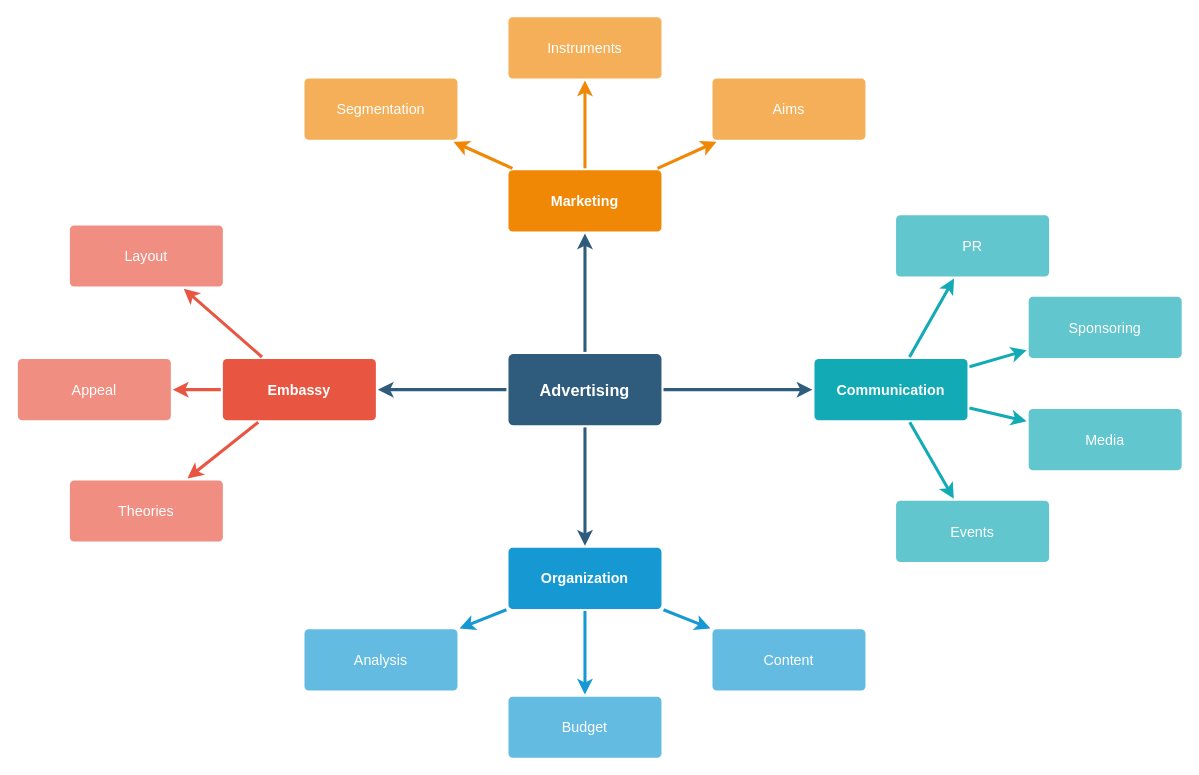
This is Untitled Diagram.drawio from Matyplop/Matyplop.github.io, a draw.io file, before an edit. Source tidied: cells renumbered, new cells numbered last; positions are measured from the earlier drawing's top-left corner, leaving out a move shared by most shapes. Both pictures are drawn from the tidied source at 102%, with x=0, y=0 at pixel (17, 16).
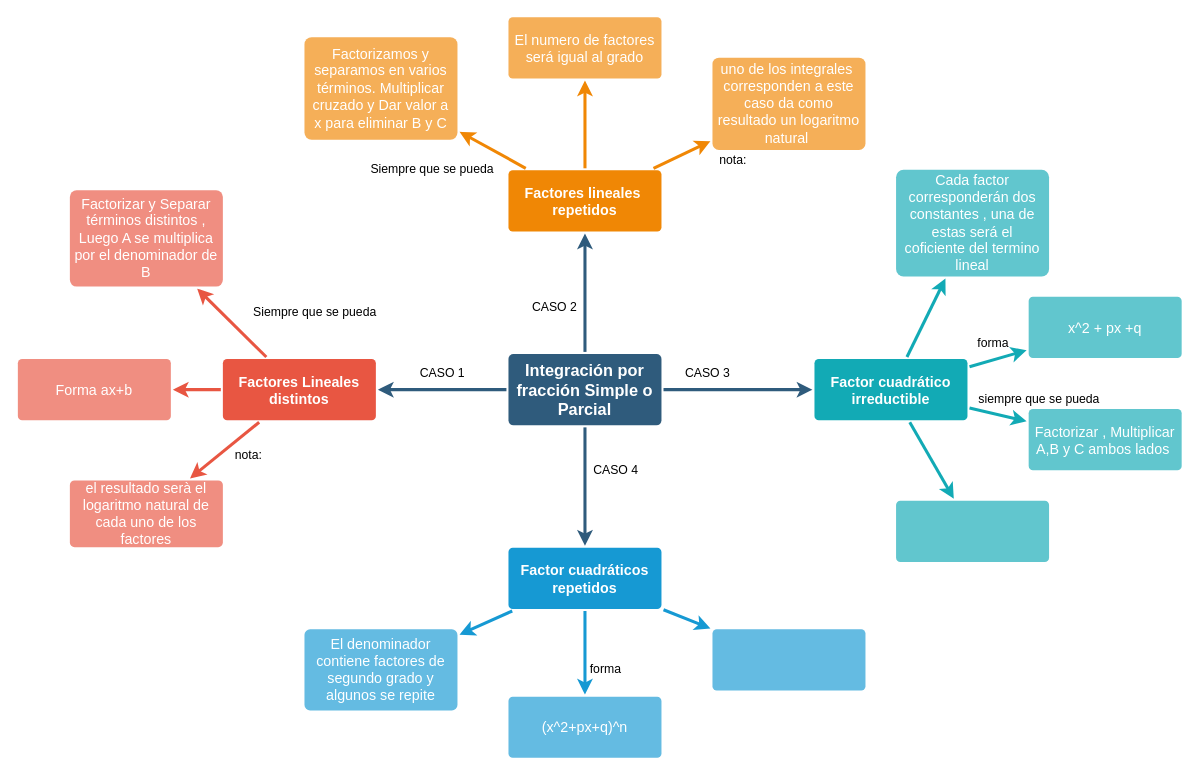
The same diagram, later.

Diff of the diagram source:
```diff
@@
-    <mxCell id="6" value="Advertising" style="rounded=1;whiteSpace=wrap;html=1;shadow=0;labelBackgroundColor=none;strokeColor=none;strokeWidth=3;fillColor=#2F5B7C;fontFamily=Helvetica;fontSize=16;fontColor=#FFFFFF;align=center;fontStyle=1;spacing=5;arcSize=7;perimeterSpacing=2;" parent="1" vertex="1">
+    <mxCell id="6" value="Integración por fracción Simple o Parcial" style="rounded=1;whiteSpace=wrap;html=1;shadow=0;labelBackgroundColor=none;strokeColor=none;strokeWidth=3;fillColor=#2F5B7C;fontFamily=Helvetica;fontSize=16;fontColor=#FFFFFF;align=center;fontStyle=1;spacing=5;arcSize=7;perimeterSpacing=2;" parent="1" vertex="1">
       <mxGeometry x="481" y="330.5" width="150" height="70" as="geometry" />
     </mxCell>
@@
-    <mxCell id="10" value="Embassy" style="rounded=1;whiteSpace=wrap;html=1;shadow=0;labelBackgroundColor=none;strokeColor=none;strokeWidth=3;fillColor=#e85642;fontFamily=Helvetica;fontSize=14;fontColor=#FFFFFF;align=center;spacing=5;fontStyle=1;arcSize=7;perimeterSpacing=2;" parent="1" vertex="1">
+    <mxCell id="10" value="Factores Lineales distintos" style="rounded=1;whiteSpace=wrap;html=1;shadow=0;labelBackgroundColor=none;strokeColor=none;strokeWidth=3;fillColor=#e85642;fontFamily=Helvetica;fontSize=14;fontColor=#FFFFFF;align=center;spacing=5;fontStyle=1;arcSize=7;perimeterSpacing=2;" parent="1" vertex="1">
       <mxGeometry x="201" y="335.5" width="150" height="60" as="geometry" />
     </mxCell>
-    <mxCell id="11" value="Theories" style="rounded=1;whiteSpace=wrap;html=1;shadow=0;labelBackgroundColor=none;strokeColor=none;strokeWidth=3;fillColor=#f08e81;fontFamily=Helvetica;fontSize=14;fontColor=#FFFFFF;align=center;spacing=5;fontStyle=0;arcSize=7;perimeterSpacing=2;" parent="1" vertex="1">
-      <mxGeometry x="51" y="454.5" width="150" height="60" as="geometry" />
+    <mxCell id="11" value="el resultado serà el logaritmo natural de cada uno de los factores" style="rounded=1;whiteSpace=wrap;html=1;shadow=0;labelBackgroundColor=none;strokeColor=none;strokeWidth=3;fillColor=#f08e81;fontFamily=Helvetica;fontSize=14;fontColor=#FFFFFF;align=center;spacing=5;fontStyle=0;arcSize=7;perimeterSpacing=2;" parent="1" vertex="1">
+      <mxGeometry x="51" y="454.5" width="150" height="65.5" as="geometry" />
     </mxCell>
-    <mxCell id="12" value="Appeal" style="rounded=1;whiteSpace=wrap;html=1;shadow=0;labelBackgroundColor=none;strokeColor=none;strokeWidth=3;fillColor=#f08e81;fontFamily=Helvetica;fontSize=14;fontColor=#FFFFFF;align=center;spacing=5;fontStyle=0;arcSize=7;perimeterSpacing=2;" parent="1" vertex="1">
+    <mxCell id="12" value="&lt;div style=&quot;text-align: justify&quot;&gt;Forma ax+b&lt;/div&gt;" style="rounded=1;whiteSpace=wrap;html=1;shadow=0;labelBackgroundColor=none;strokeColor=none;strokeWidth=3;fillColor=#f08e81;fontFamily=Helvetica;fontSize=14;fontColor=#FFFFFF;align=center;spacing=5;fontStyle=0;arcSize=7;perimeterSpacing=2;" parent="1" vertex="1">
       <mxGeometry y="335.5" width="150" height="60" as="geometry" />
     </mxCell>
-    <mxCell id="13" value="Layout" style="rounded=1;whiteSpace=wrap;html=1;shadow=0;labelBackgroundColor=none;strokeColor=none;strokeWidth=3;fillColor=#f08e81;fontFamily=Helvetica;fontSize=14;fontColor=#FFFFFF;align=center;spacing=5;fontStyle=0;arcSize=7;perimeterSpacing=2;" parent="1" vertex="1">
-      <mxGeometry x="51" y="204.5" width="150" height="60" as="geometry" />
+    <mxCell id="13" value="Factorizar y Separar términos distintos , Luego A se multiplica por el denominador de B" style="rounded=1;whiteSpace=wrap;html=1;shadow=0;labelBackgroundColor=none;strokeColor=none;strokeWidth=3;fillColor=#f08e81;fontFamily=Helvetica;fontSize=14;fontColor=#FFFFFF;align=center;spacing=5;fontStyle=0;arcSize=7;perimeterSpacing=2;" parent="1" vertex="1">
+      <mxGeometry x="51" y="170" width="150" height="94.5" as="geometry" />
     </mxCell>
@@
-    <mxCell id="17" value="Organization" style="rounded=1;whiteSpace=wrap;html=1;shadow=0;labelBackgroundColor=none;strokeColor=none;strokeWidth=3;fillColor=#1699d3;fontFamily=Helvetica;fontSize=14;fontColor=#FFFFFF;align=center;spacing=5;fontStyle=1;arcSize=7;perimeterSpacing=2;" parent="1" vertex="1">
+    <mxCell id="17" value="Factor cuadráticos&lt;br&gt;repetidos" style="rounded=1;whiteSpace=wrap;html=1;shadow=0;labelBackgroundColor=none;strokeColor=none;strokeWidth=3;fillColor=#1699d3;fontFamily=Helvetica;fontSize=14;fontColor=#FFFFFF;align=center;spacing=5;fontStyle=1;arcSize=7;perimeterSpacing=2;" parent="1" vertex="1">
       <mxGeometry x="481" y="520.5" width="150" height="60" as="geometry" />
     </mxCell>
-    <mxCell id="18" value="Content" style="rounded=1;whiteSpace=wrap;html=1;shadow=0;labelBackgroundColor=none;strokeColor=none;strokeWidth=3;fillColor=#64bbe2;fontFamily=Helvetica;fontSize=14;fontColor=#FFFFFF;align=center;spacing=5;arcSize=7;perimeterSpacing=2;" parent="1" vertex="1">
+    <mxCell id="18" style="rounded=1;whiteSpace=wrap;html=1;shadow=0;labelBackgroundColor=none;strokeColor=none;strokeWidth=3;fillColor=#64bbe2;fontFamily=Helvetica;fontSize=14;fontColor=#FFFFFF;align=center;spacing=5;arcSize=7;perimeterSpacing=2;" parent="1" vertex="1">
       <mxGeometry x="681" y="600.5" width="150" height="60" as="geometry" />
     </mxCell>
-    <mxCell id="19" value="Budget" style="rounded=1;whiteSpace=wrap;html=1;shadow=0;labelBackgroundColor=none;strokeColor=none;strokeWidth=3;fillColor=#64bbe2;fontFamily=Helvetica;fontSize=14;fontColor=#FFFFFF;align=center;spacing=5;arcSize=7;perimeterSpacing=2;" parent="1" vertex="1">
+    <mxCell id="19" value="(x^2+px+q)^n" style="rounded=1;whiteSpace=wrap;html=1;shadow=0;labelBackgroundColor=none;strokeColor=none;strokeWidth=3;fillColor=#64bbe2;fontFamily=Helvetica;fontSize=14;fontColor=#FFFFFF;align=center;spacing=5;arcSize=7;perimeterSpacing=2;" parent="1" vertex="1">
       <mxGeometry x="481" y="666.5" width="150" height="60" as="geometry" />
     </mxCell>
-    <mxCell id="20" value="Analysis" style="rounded=1;whiteSpace=wrap;html=1;shadow=0;labelBackgroundColor=none;strokeColor=none;strokeWidth=3;fillColor=#64bbe2;fontFamily=Helvetica;fontSize=14;fontColor=#FFFFFF;align=center;spacing=5;arcSize=7;perimeterSpacing=2;" parent="1" vertex="1">
-      <mxGeometry x="281" y="600.5" width="150" height="60" as="geometry" />
+    <mxCell id="20" value="El denominador contiene factores de segundo grado y algunos se repite" style="rounded=1;whiteSpace=wrap;html=1;shadow=0;labelBackgroundColor=none;strokeColor=none;strokeWidth=3;fillColor=#64bbe2;fontFamily=Helvetica;fontSize=14;fontColor=#FFFFFF;align=center;spacing=5;arcSize=7;perimeterSpacing=2;" parent="1" vertex="1">
+      <mxGeometry x="281" y="600.5" width="150" height="79.5" as="geometry" />
     </mxCell>
-    <mxCell id="21" value="Marketing" style="rounded=1;whiteSpace=wrap;html=1;shadow=0;labelBackgroundColor=none;strokeColor=none;strokeWidth=3;fillColor=#F08705;fontFamily=Helvetica;fontSize=14;fontColor=#FFFFFF;align=center;spacing=5;fontStyle=1;arcSize=7;perimeterSpacing=2;" parent="1" vertex="1">
+    <mxCell id="21" value="Factores lineales&amp;nbsp;&lt;br&gt;repetidos" style="rounded=1;whiteSpace=wrap;html=1;shadow=0;labelBackgroundColor=none;strokeColor=none;strokeWidth=3;fillColor=#F08705;fontFamily=Helvetica;fontSize=14;fontColor=#FFFFFF;align=center;spacing=5;fontStyle=1;arcSize=7;perimeterSpacing=2;" parent="1" vertex="1">
       <mxGeometry x="481" y="150.5" width="150" height="60" as="geometry" />
     </mxCell>
-    <mxCell id="22" value="Aims&lt;br&gt;" style="rounded=1;whiteSpace=wrap;html=1;shadow=0;labelBackgroundColor=none;strokeColor=none;strokeWidth=3;fillColor=#f5af58;fontFamily=Helvetica;fontSize=14;fontColor=#FFFFFF;align=center;spacing=5;arcSize=7;perimeterSpacing=2;" parent="1" vertex="1">
-      <mxGeometry x="681" y="60.5" width="150" height="60" as="geometry" />
+    <mxCell id="22" value="uno de los integrales&amp;nbsp;&lt;br&gt;corresponden a este caso da como resultado un logaritmo natural&amp;nbsp;" style="rounded=1;whiteSpace=wrap;html=1;shadow=0;labelBackgroundColor=none;strokeColor=none;strokeWidth=3;fillColor=#f5af58;fontFamily=Helvetica;fontSize=14;fontColor=#FFFFFF;align=center;spacing=5;arcSize=7;perimeterSpacing=2;" parent="1" vertex="1">
+      <mxGeometry x="681" y="40" width="150" height="90.5" as="geometry" />
     </mxCell>
@@
-    <mxCell id="24" value="Instruments" style="rounded=1;whiteSpace=wrap;html=1;shadow=0;labelBackgroundColor=none;strokeColor=none;strokeWidth=3;fillColor=#f5af58;fontFamily=Helvetica;fontSize=14;fontColor=#FFFFFF;align=center;spacing=5;arcSize=7;perimeterSpacing=2;" parent="1" vertex="1">
+    <mxCell id="24" value="El numero de factores será igual al grado" style="rounded=1;whiteSpace=wrap;html=1;shadow=0;labelBackgroundColor=none;strokeColor=none;strokeWidth=3;fillColor=#f5af58;fontFamily=Helvetica;fontSize=14;fontColor=#FFFFFF;align=center;spacing=5;arcSize=7;perimeterSpacing=2;" parent="1" vertex="1">
       <mxGeometry x="481" y="0.5" width="150" height="60" as="geometry" />
     </mxCell>
@@
-    <mxCell id="26" value="Segmentation" style="rounded=1;whiteSpace=wrap;html=1;shadow=0;labelBackgroundColor=none;strokeColor=none;strokeWidth=3;fillColor=#f5af58;fontFamily=Helvetica;fontSize=14;fontColor=#FFFFFF;align=center;spacing=5;arcSize=7;perimeterSpacing=2;" parent="1" vertex="1">
-      <mxGeometry x="281" y="60.5" width="150" height="60" as="geometry" />
+    <mxCell id="26" value="Factorizamos y separamos en varios términos. Multiplicar cruzado y Dar valor a x para eliminar B y C" style="rounded=1;whiteSpace=wrap;html=1;shadow=0;labelBackgroundColor=none;strokeColor=none;strokeWidth=3;fillColor=#f5af58;fontFamily=Helvetica;fontSize=14;fontColor=#FFFFFF;align=center;spacing=5;arcSize=7;perimeterSpacing=2;" parent="1" vertex="1">
+      <mxGeometry x="281" y="20" width="150" height="100.5" as="geometry" />
     </mxCell>
@@
-    <mxCell id="28" value="Communication" style="rounded=1;whiteSpace=wrap;html=1;shadow=0;labelBackgroundColor=none;strokeColor=none;strokeWidth=3;fillColor=#12aab5;fontFamily=Helvetica;fontSize=14;fontColor=#FFFFFF;align=center;spacing=5;fontStyle=1;arcSize=7;perimeterSpacing=2;" parent="1" vertex="1">
+    <mxCell id="28" value="Factor cuadrático&lt;br&gt;irreductible" style="rounded=1;whiteSpace=wrap;html=1;shadow=0;labelBackgroundColor=none;strokeColor=none;strokeWidth=3;fillColor=#12aab5;fontFamily=Helvetica;fontSize=14;fontColor=#FFFFFF;align=center;spacing=5;fontStyle=1;arcSize=7;perimeterSpacing=2;" parent="1" vertex="1">
       <mxGeometry x="781" y="335.5" width="150" height="60" as="geometry" />
     </mxCell>
-    <mxCell id="29" value="Events" style="rounded=1;whiteSpace=wrap;html=1;shadow=0;labelBackgroundColor=none;strokeColor=none;strokeWidth=3;fillColor=#61c6ce;fontFamily=Helvetica;fontSize=14;fontColor=#FFFFFF;align=center;spacing=5;fontStyle=0;arcSize=7;perimeterSpacing=2;" parent="1" vertex="1">
+    <mxCell id="29" style="rounded=1;whiteSpace=wrap;html=1;shadow=0;labelBackgroundColor=none;strokeColor=none;strokeWidth=3;fillColor=#61c6ce;fontFamily=Helvetica;fontSize=14;fontColor=#FFFFFF;align=center;spacing=5;fontStyle=0;arcSize=7;perimeterSpacing=2;" parent="1" vertex="1">
       <mxGeometry x="861" y="474.5" width="150" height="60" as="geometry" />
     </mxCell>
@@
-    <mxCell id="31" value="Media" style="rounded=1;whiteSpace=wrap;html=1;shadow=0;labelBackgroundColor=none;strokeColor=none;strokeWidth=3;fillColor=#61c6ce;fontFamily=Helvetica;fontSize=14;fontColor=#FFFFFF;align=center;spacing=5;fontStyle=0;arcSize=7;perimeterSpacing=2;" parent="1" vertex="1">
+    <mxCell id="31" value="Factorizar , Multiplicar A,B y C ambos lados&amp;nbsp;" style="rounded=1;whiteSpace=wrap;html=1;shadow=0;labelBackgroundColor=none;strokeColor=none;strokeWidth=3;fillColor=#61c6ce;fontFamily=Helvetica;fontSize=14;fontColor=#FFFFFF;align=center;spacing=5;fontStyle=0;arcSize=7;perimeterSpacing=2;" parent="1" vertex="1">
       <mxGeometry x="991" y="384.5" width="150" height="60" as="geometry" />
     </mxCell>
@@
-    <mxCell id="33" value="Sponsoring" style="rounded=1;whiteSpace=wrap;html=1;shadow=0;labelBackgroundColor=none;strokeColor=none;strokeWidth=3;fillColor=#61c6ce;fontFamily=Helvetica;fontSize=14;fontColor=#FFFFFF;align=center;spacing=5;fontStyle=0;arcSize=7;perimeterSpacing=2;" parent="1" vertex="1">
+    <mxCell id="33" value="&lt;span&gt;x^2 + px +q&lt;/span&gt;" style="rounded=1;whiteSpace=wrap;html=1;shadow=0;labelBackgroundColor=none;strokeColor=none;strokeWidth=3;fillColor=#61c6ce;fontFamily=Helvetica;fontSize=14;fontColor=#FFFFFF;align=center;spacing=5;fontStyle=0;arcSize=7;perimeterSpacing=2;" parent="1" vertex="1">
       <mxGeometry x="991" y="274.5" width="150" height="60" as="geometry" />
     </mxCell>
@@
-    <mxCell id="35" value="PR" style="rounded=1;whiteSpace=wrap;html=1;shadow=0;labelBackgroundColor=none;strokeColor=none;strokeWidth=3;fillColor=#61c6ce;fontFamily=Helvetica;fontSize=14;fontColor=#FFFFFF;align=center;spacing=5;fontStyle=0;arcSize=7;perimeterSpacing=2;" parent="1" vertex="1">
-      <mxGeometry x="861" y="194.5" width="150" height="60" as="geometry" />
+    <mxCell id="35" value="Cada factor corresponderán dos constantes , una de estas será el coficiente del termino lineal" style="rounded=1;whiteSpace=wrap;html=1;shadow=0;labelBackgroundColor=none;strokeColor=none;strokeWidth=3;fillColor=#61c6ce;fontFamily=Helvetica;fontSize=14;fontColor=#FFFFFF;align=center;spacing=5;fontStyle=0;arcSize=7;perimeterSpacing=2;" parent="1" vertex="1">
+      <mxGeometry x="861" y="150" width="150" height="104.5" as="geometry" />
     </mxCell>
@@
+    <mxCell id="37" value="CASO 1" style="text;html=1;align=center;verticalAlign=middle;strokeColor=none;fillColor=none;" parent="1" vertex="1">
+      <mxGeometry x="386" y="340" width="60" height="20" as="geometry" />
+    </mxCell>
+    <mxCell id="38" value="CASO 2" style="text;html=1;align=center;verticalAlign=middle;strokeColor=none;fillColor=none;" parent="1" vertex="1">
+      <mxGeometry x="496" y="274.5" width="60" height="20" as="geometry" />
+    </mxCell>
+    <mxCell id="39" value="CASO 3&lt;br&gt;" style="text;html=1;align=center;verticalAlign=middle;strokeColor=none;fillColor=none;" parent="1" vertex="1">
+      <mxGeometry x="646" y="340" width="60" height="20" as="geometry" />
+    </mxCell>
+    <mxCell id="40" value="CASO 4&lt;br&gt;" style="text;html=1;align=center;verticalAlign=middle;strokeColor=none;fillColor=none;" parent="1" vertex="1">
+      <mxGeometry x="556" y="434.5" width="60" height="20" as="geometry" />
+    </mxCell>
+    <mxCell id="41" value="Siempre que se pueda" style="text;html=1;align=center;verticalAlign=middle;strokeColor=none;fillColor=none;" parent="1" vertex="1">
+      <mxGeometry x="221" y="280" width="140" height="20" as="geometry" />
+    </mxCell>
+    <mxCell id="42" value="nota:" style="text;html=1;align=center;verticalAlign=middle;strokeColor=none;fillColor=none;" parent="1" vertex="1">
+      <mxGeometry x="206" y="420" width="40" height="20" as="geometry" />
+    </mxCell>
+    <mxCell id="43" value="Siempre que se pueda" style="text;html=1;align=center;verticalAlign=middle;strokeColor=none;fillColor=none;" parent="1" vertex="1">
+      <mxGeometry x="336" y="140" width="140" height="20" as="geometry" />
+    </mxCell>
+    <mxCell id="44" value="nota:" style="text;html=1;align=center;verticalAlign=middle;strokeColor=none;fillColor=none;" parent="1" vertex="1">
+      <mxGeometry x="681" y="130.5" width="40" height="20" as="geometry" />
+    </mxCell>
+    <mxCell id="45" value="siempre que se pueda" style="text;html=1;align=center;verticalAlign=middle;strokeColor=none;fillColor=none;" parent="1" vertex="1">
+      <mxGeometry x="931" y="364.5" width="140" height="20" as="geometry" />
+    </mxCell>
+    <mxCell id="46" value="forma&lt;br&gt;" style="text;html=1;align=center;verticalAlign=middle;strokeColor=none;fillColor=none;" parent="1" vertex="1">
+      <mxGeometry x="931" y="310" width="50" height="20" as="geometry" />
+    </mxCell>
+    <mxCell id="47" value="forma&lt;br&gt;" style="text;html=1;align=center;verticalAlign=middle;strokeColor=none;fillColor=none;" parent="1" vertex="1">
+      <mxGeometry x="551" y="630" width="50" height="20" as="geometry" />
+    </mxCell>
```
